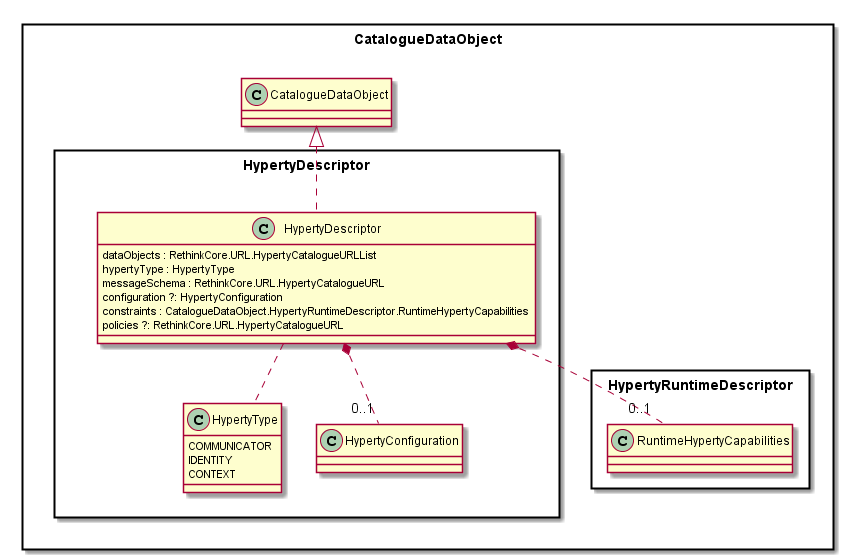
This is docs/datamodel/Hyperty-Descriptor-Data-Object-Model.png from reTHINK-project/dev-service-framework, a PlantUML export, as it was before one commit.
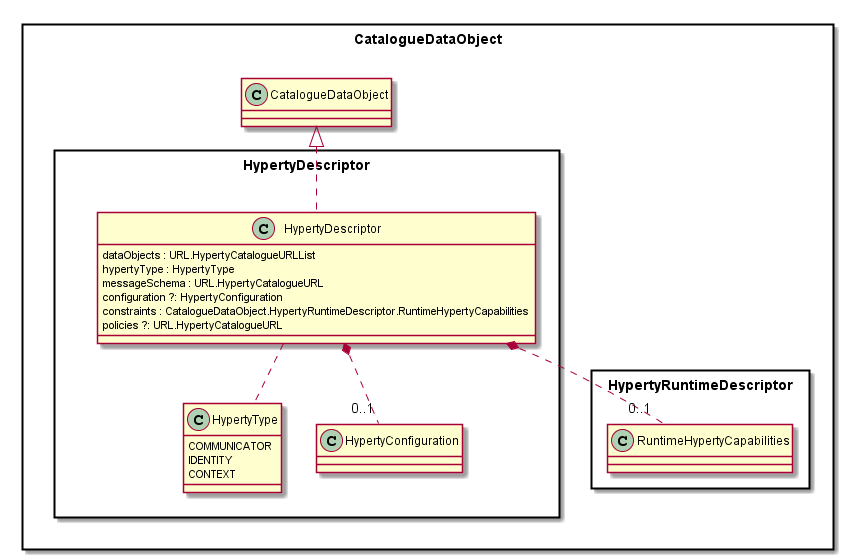
Later version of the same file.

What changed in the source:
```diff
@@ -14,12 +14,12 @@
 	}
 
 	class HypertyDescriptor {
-		dataObjects : RethinkCore.URL.HypertyCatalogueURLList
+		dataObjects : URL.HypertyCatalogueURLList
 		hypertyType : HypertyType
-		messageSchema : RethinkCore.URL.HypertyCatalogueURL
+		messageSchema : URL.HypertyCatalogueURL
 		configuration ?: HypertyConfiguration
 		constraints : CatalogueDataObject.HypertyRuntimeDescriptor.RuntimeHypertyCapabilities
-		policies ?: RethinkCore.URL.HypertyCatalogueURL
+		policies ?: URL.HypertyCatalogueURL
 	}
 
 	class HypertyConfiguration {
```
